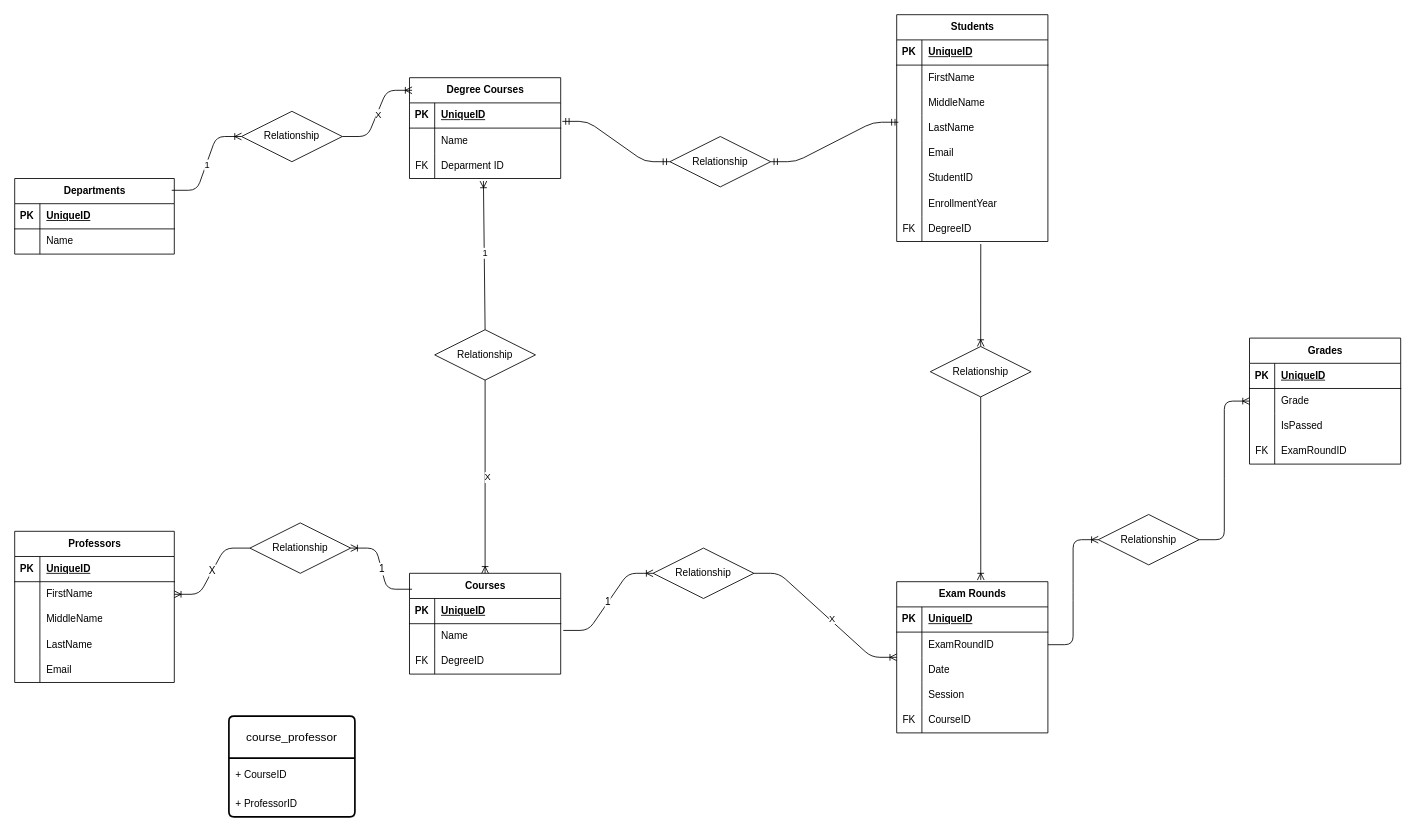
This is diagram/schema.drawio from Adriano-Rotondo-dev/db-university, a draw.io file, before an edit. Source tidied: cells renumbered, new cells numbered last; positions are measured from the earlier drawing's top-left corner, leaving out a move shared by most shapes. Both pictures are drawn from the tidied source at 84%, with x=0, y=0 at pixel (14, 14).
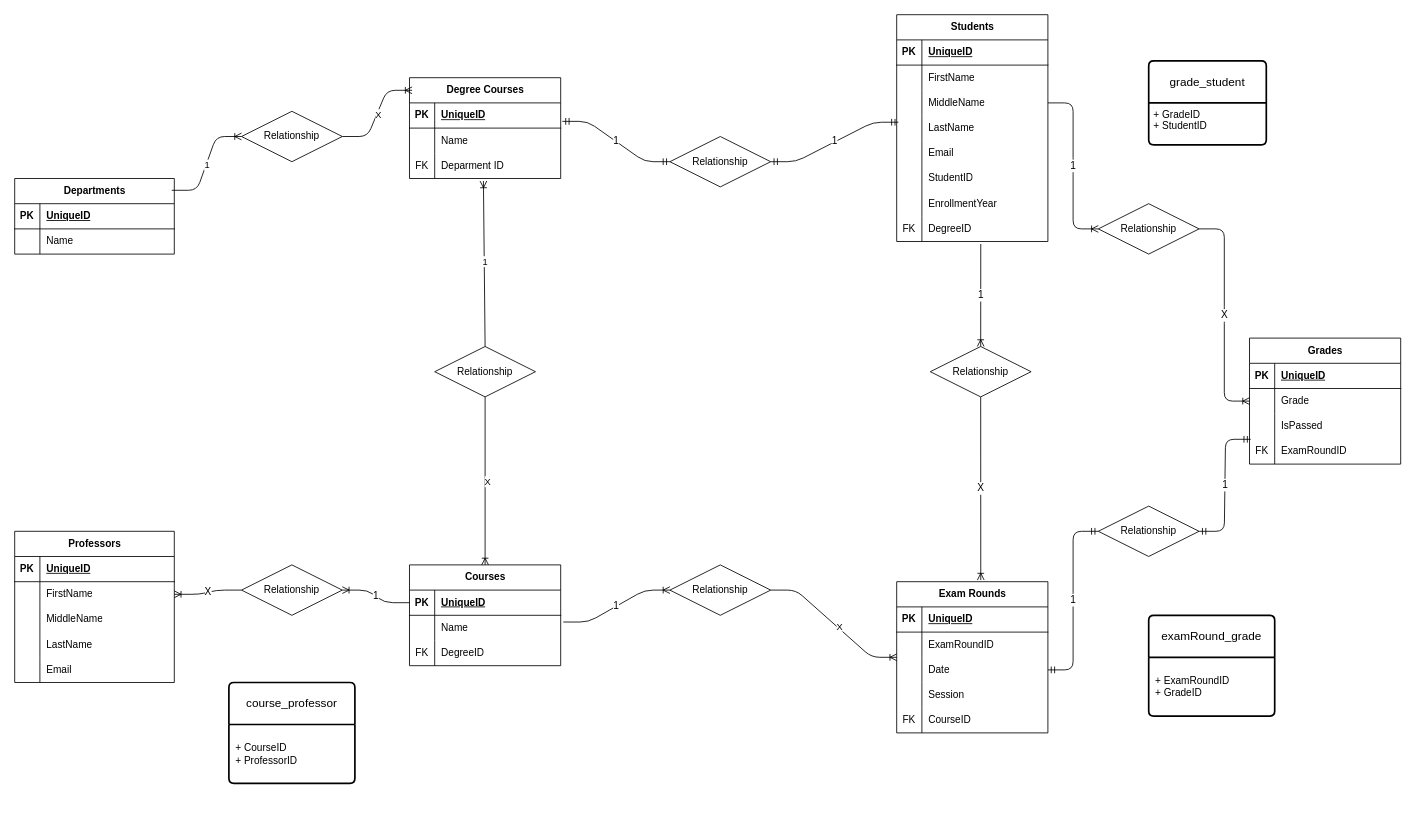
After the change.

Commit message (it also covers changes not shown here):
Add initial HTML structure with E-R diagram image

Unchanged cells that the change refers to:
```xml
<mxCell id="10" style="shape=tableRow;horizontal=0;startSize=0;swimlaneHead=0;swimlaneBody=0;fillColor=none;points=[[0,0.5],[1,0.5]];portConstraint=eastwest;top=0;left=0;right=0;bottom=1;" parent="9" vertex="1">
  <mxGeometry y="30" width="180" height="30" as="geometry" />
</mxCell>
<mxCell id="20" style="shape=tableRow;horizontal=0;startSize=0;swimlaneHead=0;swimlaneBody=0;fillColor=none;points=[[0,0.5],[1,0.5]];portConstraint=eastwest;top=0;left=0;right=0;bottom=1;" parent="19" vertex="1">
  <mxGeometry y="30" width="180" height="30" as="geometry" />
</mxCell>
<mxCell id="61" value="Exam Rounds" style="shape=table;startSize=30;childLayout=tableLayout;rowLines=0;fontStyle=1;align=center;html=1;" parent="1" vertex="1">
  <mxGeometry x="1050" y="675" width="180" height="180" as="geometry" />
</mxCell>
<mxCell id="65" style="shape=tableRow;horizontal=0;startSize=0;swimlaneHead=0;swimlaneBody=0;fillColor=none;points=[[0,0.5],[1,0.5]];portConstraint=eastwest;top=0;left=0;right=0;bottom=0;" parent="61" vertex="1">
  <mxGeometry y="60" width="180" height="30" as="geometry" />
</mxCell>
<mxCell id="68" style="shape=tableRow;horizontal=0;startSize=0;swimlaneHead=0;swimlaneBody=0;fillColor=none;points=[[0,0.5],[1,0.5]];portConstraint=eastwest;top=0;left=0;right=0;bottom=0;" parent="61" vertex="1">
  <mxGeometry y="90" width="180" height="30" as="geometry" />
</mxCell>
<mxCell id="88" style="shape=tableRow;horizontal=0;startSize=0;swimlaneHead=0;swimlaneBody=0;fillColor=none;points=[[0,0.5],[1,0.5]];portConstraint=eastwest;top=0;left=0;right=0;bottom=0;" parent="81" vertex="1">
  <mxGeometry y="90" width="180" height="30" as="geometry" />
</mxCell>
<mxCell id="91" style="shape=tableRow;horizontal=0;startSize=0;swimlaneHead=0;swimlaneBody=0;fillColor=none;points=[[0,0.5],[1,0.5]];portConstraint=eastwest;top=0;left=0;right=0;bottom=0;" parent="81" vertex="1">
  <mxGeometry y="120" width="180" height="30" as="geometry" />
</mxCell>
<mxCell id="103" style="shape=tableRow;horizontal=0;startSize=0;swimlaneHead=0;swimlaneBody=0;fillColor=none;points=[[0,0.5],[1,0.5]];portConstraint=eastwest;top=0;left=0;right=0;bottom=0;" parent="81" vertex="1">
  <mxGeometry y="240" width="180" height="30" as="geometry" />
</mxCell>
<mxCell id="108" value="Relationship" style="shape=rhombus;perimeter=rhombusPerimeter;whiteSpace=wrap;html=1;align=center;" parent="1" vertex="1">
  <mxGeometry x="780" y="145" width="120" height="60" as="geometry" />
</mxCell>
<mxCell id="111" value="Relationship" style="shape=rhombus;perimeter=rhombusPerimeter;whiteSpace=wrap;html=1;align=center;" parent="1" vertex="1">
  <mxGeometry x="1090" y="395" width="120" height="60" as="geometry" />
</mxCell>
<mxCell id="116" style="shape=tableRow;horizontal=0;startSize=0;swimlaneHead=0;swimlaneBody=0;fillColor=none;points=[[0,0.5],[1,0.5]];portConstraint=eastwest;top=0;left=0;right=0;bottom=0;" parent="112" vertex="1">
  <mxGeometry y="60" width="180" height="30" as="geometry" />
</mxCell>
<mxCell id="122" style="shape=tableRow;horizontal=0;startSize=0;swimlaneHead=0;swimlaneBody=0;fillColor=none;points=[[0,0.5],[1,0.5]];portConstraint=eastwest;top=0;left=0;right=0;bottom=0;" parent="112" vertex="1">
  <mxGeometry y="120" width="180" height="30" as="geometry" />
</mxCell>
```

Diff of the diagram source:
```diff
@@
     <mxCell id="19" value="Courses" style="shape=table;startSize=30;childLayout=tableLayout;rowLines=0;fontStyle=1;align=center;html=1;" parent="1" vertex="1">
-      <mxGeometry x="470" y="665" width="180" height="120" as="geometry" />
+      <mxGeometry x="470" y="655" width="180" height="120" as="geometry" />
     </mxCell>
@@
     <mxCell id="34" value="Relationship" style="shape=rhombus;perimeter=rhombusPerimeter;whiteSpace=wrap;html=1;align=center;" parent="1" vertex="1">
-      <mxGeometry x="500" y="375" width="120" height="60" as="geometry" />
+      <mxGeometry x="500" y="395" width="120" height="60" as="geometry" />
     </mxCell>
@@
-    <mxCell id="56" value="1" style="edgeStyle=entityRelationEdgeStyle;fontSize=12;html=1;endArrow=ERoneToMany;exitX=0.017;exitY=0.158;exitDx=0;exitDy=0;exitPerimeter=0;entryX=1;entryY=0.5;entryDx=0;entryDy=0;" parent="1" edge="1" source="19" target="57">
+    <mxCell id="56" value="1" style="edgeStyle=entityRelationEdgeStyle;fontSize=12;html=1;endArrow=ERoneToMany;exitX=0;exitY=0.5;exitDx=0;exitDy=0;entryX=1;entryY=0.5;entryDx=0;entryDy=0;" parent="1" edge="1" source="20" target="57">
       <mxGeometry relative="1" as="geometry">
         <Array as="points">
           <mxPoint x="380" y="435" />
         </Array>
       </mxGeometry>
     </mxCell>
     <mxCell id="57" value="Relationship" style="shape=rhombus;perimeter=rhombusPerimeter;whiteSpace=wrap;html=1;align=center;" parent="1" vertex="1">
-      <mxGeometry x="280" y="605" width="120" height="60" as="geometry" />
+      <mxGeometry x="270" y="655" width="120" height="60" as="geometry" />
     </mxCell>
     <mxCell id="58" value="course_professor" style="swimlane;horizontal=1;startSize=50;rounded=1;fontSize=14;fontStyle=0;strokeWidth=2;shadow=0;dashed=0;align=center;arcSize=4;whiteSpace=wrap;html=1;" parent="1" vertex="1">
-      <mxGeometry x="255" y="835" width="150" height="120" as="geometry" />
+      <mxGeometry x="255" y="795" width="150" height="120" as="geometry" />
     </mxCell>
-    <mxCell id="59" value="+ CourseID" style="shape=partialRectangle;fillColor=none;top=0;left=0;bottom=0;right=0;align=left;spacingLeft=6;overflow=hidden;whiteSpace=wrap;html=1;" parent="58" vertex="1">
-      <mxGeometry y="50" width="150" height="40" as="geometry" />
+    <mxCell id="59" value="+ CourseID&lt;div&gt;+ ProfessorID&lt;/div&gt;" style="shape=partialRectangle;fillColor=none;top=0;left=0;bottom=0;right=0;align=left;spacingLeft=6;overflow=hidden;whiteSpace=wrap;html=1;" parent="58" vertex="1">
+      <mxGeometry y="50" width="150" height="70" as="geometry" />
     </mxCell>
-    <mxCell id="60" value="+ ProfessorID" style="shape=partialRectangle;fillColor=none;top=0;left=0;bottom=0;right=0;align=left;spacingLeft=6;overflow=hidden;whiteSpace=wrap;html=1;" parent="58" vertex="1">
-      <mxGeometry y="90" width="150" height="30" as="geometry" />
-    </mxCell>
@@
     <mxCell id="80" value="Relationship" style="shape=rhombus;perimeter=rhombusPerimeter;whiteSpace=wrap;html=1;align=center;" parent="1" vertex="1">
-      <mxGeometry x="760" y="635" width="120" height="60" as="geometry" />
+      <mxGeometry x="780" y="655" width="120" height="60" as="geometry" />
     </mxCell>
@@
-    <mxCell id="106" style="edgeStyle=entityRelationEdgeStyle;fontSize=12;html=1;endArrow=ERmandOne;startArrow=ERmandOne;exitX=1;exitY=0.5;exitDx=0;exitDy=0;entryX=0.011;entryY=0.267;entryDx=0;entryDy=0;entryPerimeter=0;" parent="1" edge="1" source="108" target="91">
+    <mxCell id="106" value="1" style="edgeStyle=entityRelationEdgeStyle;fontSize=12;html=1;endArrow=ERmandOne;startArrow=ERmandOne;exitX=1;exitY=0.5;exitDx=0;exitDy=0;entryX=0.011;entryY=0.267;entryDx=0;entryDy=0;entryPerimeter=0;" parent="1" edge="1" source="108" target="91">
       <mxGeometry relative="1" as="geometry" />
     </mxCell>
-    <mxCell id="107" style="edgeStyle=entityRelationEdgeStyle;fontSize=12;html=1;endArrow=ERmandOne;startArrow=ERmandOne;entryX=0;entryY=0.5;entryDx=0;entryDy=0;exitX=1.011;exitY=0.733;exitDx=0;exitDy=0;exitPerimeter=0;" parent="1" edge="1" source="10" target="108">
+    <mxCell id="107" value="1" style="edgeStyle=entityRelationEdgeStyle;fontSize=12;html=1;endArrow=ERmandOne;startArrow=ERmandOne;entryX=0;entryY=0.5;entryDx=0;entryDy=0;exitX=1.011;exitY=0.733;exitDx=0;exitDy=0;exitPerimeter=0;" parent="1" edge="1" source="10" target="108">
       <mxGeometry relative="1" as="geometry" />
     </mxCell>
@@
-    <mxCell id="109" style="fontSize=12;html=1;endArrow=ERoneToMany;entryX=0.556;entryY=-0.011;entryDx=0;entryDy=0;entryPerimeter=0;" parent="1" edge="1" target="61">
+    <mxCell id="109" value="X" style="fontSize=12;html=1;endArrow=ERoneToMany;entryX=0.556;entryY=-0.011;entryDx=0;entryDy=0;entryPerimeter=0;" parent="1" edge="1" target="61">
       <mxGeometry relative="1" as="geometry">
         <mxPoint x="1150" y="455" as="sourcePoint" />
       </mxGeometry>
     </mxCell>
-    <mxCell id="110" style="fontSize=12;html=1;endArrow=ERoneToMany;entryX=0.5;entryY=0;entryDx=0;entryDy=0;exitX=0.556;exitY=1.1;exitDx=0;exitDy=0;exitPerimeter=0;" parent="1" edge="1" source="103" target="111">
+    <mxCell id="110" value="1" style="fontSize=12;html=1;endArrow=ERoneToMany;entryX=0.5;entryY=0;entryDx=0;entryDy=0;exitX=0.556;exitY=1.1;exitDx=0;exitDy=0;exitPerimeter=0;" parent="1" edge="1" source="103" target="111">
       <mxGeometry relative="1" as="geometry" />
     </mxCell>
@@
-    <mxCell id="125" style="edgeStyle=entityRelationEdgeStyle;fontSize=12;html=1;endArrow=ERoneToMany;exitX=1;exitY=0.5;exitDx=0;exitDy=0;entryX=0;entryY=0.5;entryDx=0;entryDy=0;" parent="1" edge="1" source="127" target="116">
-      <mxGeometry relative="1" as="geometry">
-        <Array as="points">
-          <mxPoint x="1300" y="695" />
-        </Array>
-      </mxGeometry>
-    </mxCell>
-    <mxCell id="126" style="edgeStyle=entityRelationEdgeStyle;fontSize=12;html=1;endArrow=ERoneToMany;exitX=1;exitY=0.5;exitDx=0;exitDy=0;entryX=0;entryY=0.5;entryDx=0;entryDy=0;" parent="1" edge="1" source="65" target="127">
-      <mxGeometry relative="1" as="geometry" />
-    </mxCell>
+    <mxCell id="128" value="1" style="edgeStyle=entityRelationEdgeStyle;fontSize=12;html=1;endArrow=ERmandOne;startArrow=ERmandOne;exitX=1;exitY=0.5;exitDx=0;exitDy=0;entryX=0.008;entryY=0.016;entryDx=0;entryDy=0;entryPerimeter=0;" parent="1" edge="1" source="127" target="122">
+      <mxGeometry relative="1" as="geometry" />
+    </mxCell>
+    <mxCell id="129" value="1" style="edgeStyle=entityRelationEdgeStyle;fontSize=12;html=1;endArrow=ERmandOne;startArrow=ERmandOne;exitX=1;exitY=0.5;exitDx=0;exitDy=0;entryX=0;entryY=0.5;entryDx=0;entryDy=0;" parent="1" edge="1" source="68" target="127">
+      <mxGeometry relative="1" as="geometry" />
+    </mxCell>
     <mxCell id="127" value="Relationship" style="shape=rhombus;perimeter=rhombusPerimeter;whiteSpace=wrap;html=1;align=center;" parent="1" vertex="1">
-      <mxGeometry x="1290" y="595" width="120" height="60" as="geometry" />
+      <mxGeometry x="1290" y="585" width="120" height="60" as="geometry" />
     </mxCell>
+    <mxCell id="130" value="X" style="edgeStyle=entityRelationEdgeStyle;fontSize=12;html=1;endArrow=ERoneToMany;exitX=1;exitY=0.5;exitDx=0;exitDy=0;" parent="1" edge="1" source="132" target="116">
+      <mxGeometry relative="1" as="geometry">
+        <Array as="points">
+          <mxPoint x="1420" y="255" />
+        </Array>
+      </mxGeometry>
+    </mxCell>
+    <mxCell id="131" value="1" style="edgeStyle=entityRelationEdgeStyle;fontSize=12;html=1;endArrow=ERoneToMany;entryX=0;entryY=0.5;entryDx=0;entryDy=0;exitX=1;exitY=0.5;exitDx=0;exitDy=0;" parent="1" edge="1" source="88" target="132">
+      <mxGeometry relative="1" as="geometry" />
+    </mxCell>
+    <mxCell id="132" value="Relationship" style="shape=rhombus;perimeter=rhombusPerimeter;whiteSpace=wrap;html=1;align=center;" parent="1" vertex="1">
+      <mxGeometry x="1290" y="225" width="120" height="60" as="geometry" />
+    </mxCell>
+    <mxCell id="133" value="grade_student" style="swimlane;horizontal=1;startSize=50;rounded=1;fontSize=14;fontStyle=0;strokeWidth=2;shadow=0;dashed=0;align=center;arcSize=4;whiteSpace=wrap;html=1;" parent="1" vertex="1">
+      <mxGeometry x="1350" y="55" width="140" height="100" as="geometry" />
+    </mxCell>
+    <mxCell id="134" value="+ GradeID&lt;div&gt;+ StudentID&lt;/div&gt;" style="align=left;strokeColor=none;fillColor=none;spacingLeft=4;fontSize=12;verticalAlign=top;html=1;" parent="133" vertex="1">
+      <mxGeometry y="50" width="140" height="50" as="geometry" />
+    </mxCell>
+    <mxCell id="135" value="examRound_grade" style="swimlane;horizontal=1;startSize=50;rounded=1;fontSize=14;fontStyle=0;strokeWidth=2;shadow=0;dashed=0;align=center;arcSize=4;whiteSpace=wrap;html=1;" parent="1" vertex="1">
+      <mxGeometry x="1350" y="715" width="150" height="120" as="geometry" />
+    </mxCell>
+    <mxCell id="136" value="+ ExamRoundID&lt;div&gt;+ GradeID&lt;/div&gt;" style="shape=partialRectangle;fillColor=none;top=0;left=0;bottom=0;right=0;align=left;spacingLeft=6;overflow=hidden;whiteSpace=wrap;html=1;" parent="135" vertex="1">
+      <mxGeometry y="50" width="150" height="70" as="geometry" />
+    </mxCell>
```
